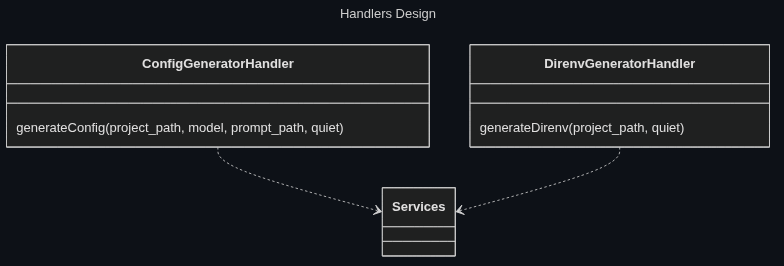
This is docs/assets/mermaid/handlers_design.png from Oldranda1414/AutoDev, a Mermaid export, as it was before one commit. Its source is kept beside it as docs/assets/src/handlers_design.mmd.
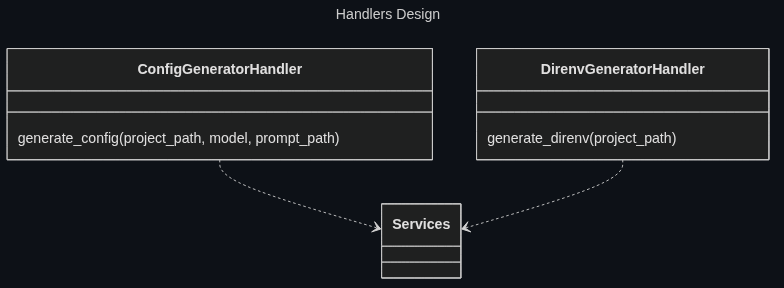
Later version of the same file.

The edit, as a diff of the source:
```diff
@@ -3,11 +3,11 @@
 ---
 classDiagram
     class ConfigGeneratorHandler {
-        generate_config(project_path, model, prompt_path, quiet)
+        generate_config(project_path, model, prompt_path)
     }
 
     class DirenvGeneratorHandler {
-        generate_direnv(project_path, quiet)
+        generate_direnv(project_path)
     }
 
     ConfigGeneratorHandler  ..> Services
```
